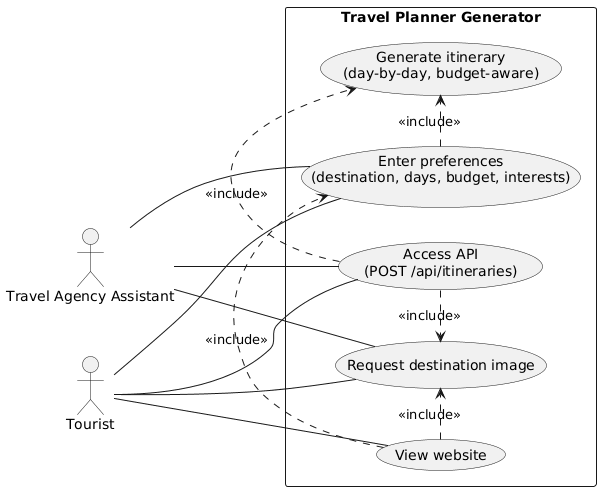
Above: Task2/uml/use_case_diagram.png in EasonYang0618/travel-planner-generator (PlantUML), before the change.
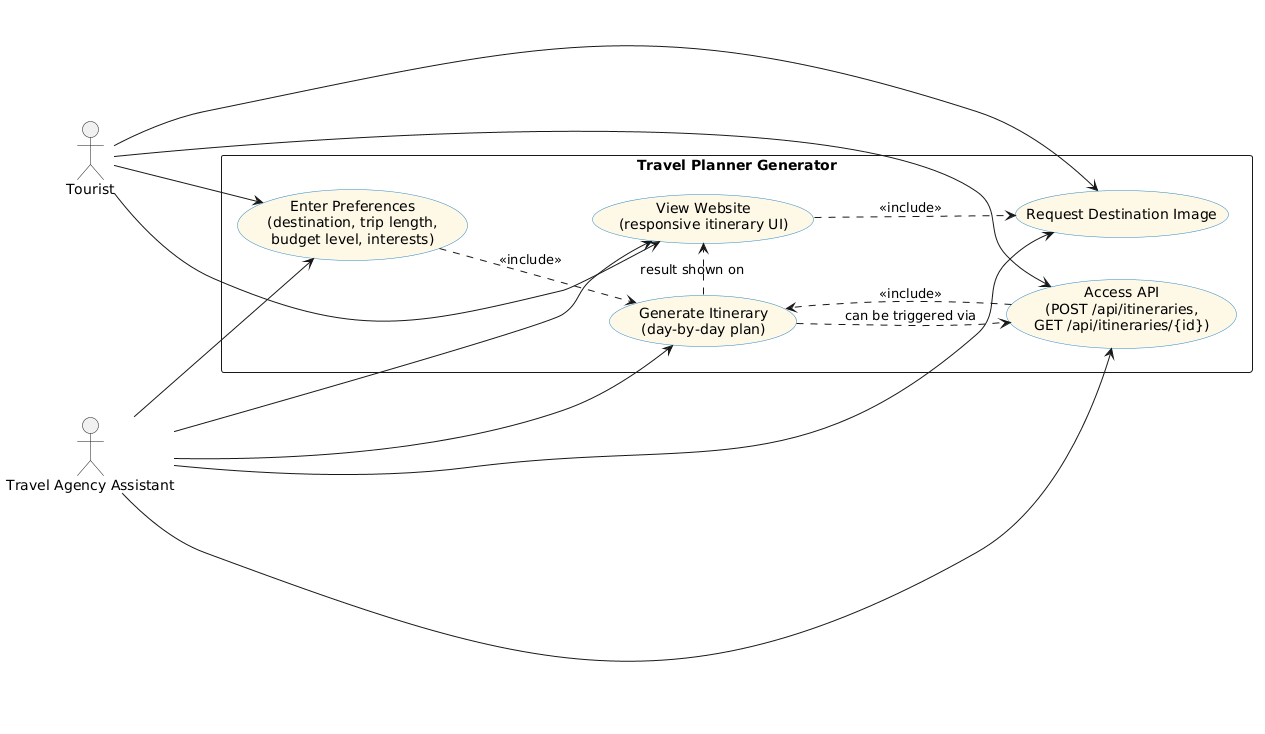
Later version of the same file.

Change to the diagram source:
```diff
@@ -1,32 +1,36 @@
 @startuml
 left to right direction
-skinparam packageStyle rectangle
+skinparam usecase {
+  BackgroundColor #FEF9E7
+  BorderColor #2E86C1
+}
 
 actor Tourist
-actor "Travel Agency Assistant" as Assistant
+actor "Travel Agency Assistant" as Agent
 
-package "Travel Planner Generator" {
-  usecase "View website" as UC_View
-  usecase "Enter preferences\n(destination, days, budget, interests)" as UC_Enter
-  usecase "Generate itinerary\n(day-by-day, budget-aware)" as UC_Generate
-  usecase "Request destination image" as UC_Image
-  usecase "Access API\n(POST /api/itineraries)" as UC_API
+rectangle "Travel Planner Generator" {
+  usecase UC_Preferences as "Enter Preferences\n(destination, trip length,\nbudget level, interests)"
+  usecase UC_Generate as "Generate Itinerary\n(day-by-day plan)"
+  usecase UC_View as "View Website\n(responsive itinerary UI)"
+  usecase UC_Image as "Request Destination Image"
+  usecase UC_API as "Access API\n(POST /api/itineraries,\nGET /api/itineraries/{id})"
 }
 
-Tourist -- UC_View
-Tourist -- UC_Enter
-Tourist -- UC_Image
-Tourist -- UC_API
+Tourist --> UC_Preferences
+Tourist --> UC_View
+Tourist --> UC_Image
+Tourist --> UC_API
 
-Assistant -- UC_API
-Assistant -- UC_Enter
-Assistant -- UC_Image
+Agent --> UC_Preferences
+Agent --> UC_Generate
+Agent --> UC_View
+Agent --> UC_API
+Agent --> UC_Image
 
-UC_View .> UC_Enter : <<include>>
-UC_View .> UC_Image : <<include>>
+UC_Preferences ..> UC_Generate : <<include>>
+UC_API ..> UC_Generate : <<include>>
+UC_View ..> UC_Image : <<include>>
 
-UC_Enter .> UC_Generate : <<include>>
-UC_API .> UC_Generate : <<include>>
-
-UC_API .> UC_Image : <<include>>
+UC_Generate .> UC_View : result shown on
+UC_Generate .> UC_API : can be triggered via
 @enduml
```
